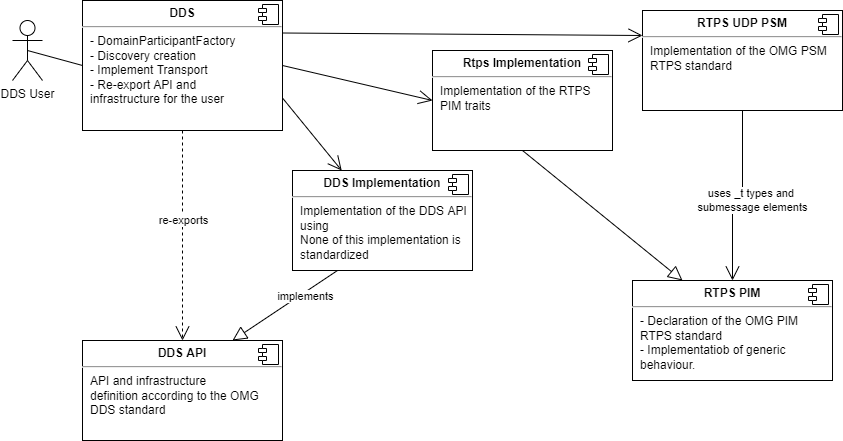
This is component_architecture.drawio.png from s2e-systems/dust-dds, a draw.io export, as it was before one commit. Source tidied: cells renumbered, new cells last; positions are measured from the earlier drawing's top-left corner, leaving out a move shared by most shapes.
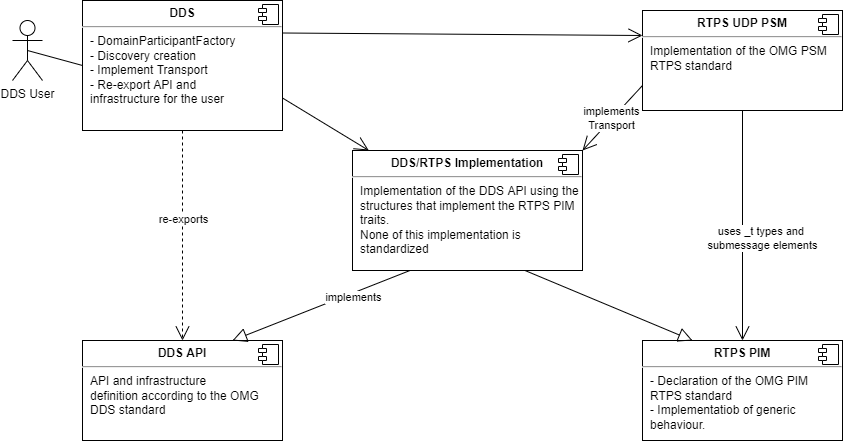
The same diagram one commit later.

What changed in the source:
```diff
@@ -28,7 +28,7 @@
     <mxCell id="9" style="rounded=0;jettySize=auto;html=1;endArrow=open;endFill=0;endSize=12;exitX=1;exitY=0.75;exitDx=0;exitDy=0;" parent="1" edge="1" source="11" target="21">
       <mxGeometry relative="1" as="geometry" />
     </mxCell>
-    <mxCell id="10" style="edgeStyle=none;rounded=0;jettySize=auto;html=1;exitX=1;exitY=0.5;exitDx=0;exitDy=0;entryX=0;entryY=0.5;entryDx=0;entryDy=0;endArrow=open;endFill=0;endSize=12;" parent="1" edge="1" source="11" target="23">
+    <mxCell id="10" value="implements&lt;br&gt;Transport" style="edgeStyle=none;rounded=0;jettySize=auto;html=1;exitX=0;exitY=0.75;exitDx=0;exitDy=0;entryX=1;entryY=0;entryDx=0;entryDy=0;endArrow=open;endFill=0;endSize=12;" parent="1" edge="1" source="14" target="21">
       <mxGeometry relative="1" as="geometry" />
     </mxCell>
     <mxCell id="11" value="&lt;p style=&quot;margin: 0px ; margin-top: 6px ; text-align: center&quot;&gt;&lt;b&gt;DDS&lt;/b&gt;&lt;/p&gt;&lt;hr&gt;&lt;p style=&quot;margin: 0px ; margin-left: 8px&quot;&gt;- DomainParticipantFactory&amp;nbsp;&lt;/p&gt;&lt;p style=&quot;margin: 0px ; margin-left: 8px&quot;&gt;- Discovery creation&lt;/p&gt;&lt;p style=&quot;margin: 0px ; margin-left: 8px&quot;&gt;&lt;span&gt;- Implement Transport&lt;/span&gt;&lt;/p&gt;&lt;p style=&quot;margin: 0px ; margin-left: 8px&quot;&gt;&lt;span&gt;- Re-export API and infrastructure&amp;nbsp;&lt;/span&gt;&lt;span&gt;for the user&lt;/span&gt;&lt;/p&gt;" style="align=left;overflow=fill;html=1;fillColor=none;whiteSpace=wrap;" parent="1" vertex="1">
@@ -51,7 +51,7 @@
       </mxGeometry>
     </mxCell>
     <mxCell id="16" value="&lt;p style=&quot;margin: 0px ; margin-top: 6px ; text-align: center&quot;&gt;&lt;b&gt;RTPS PIM&lt;/b&gt;&lt;/p&gt;&lt;hr&gt;&lt;p style=&quot;margin: 0px ; margin-left: 8px&quot;&gt;- Declaration of the OMG&amp;nbsp;&lt;span&gt;PIM RTPS standard&lt;/span&gt;&lt;/p&gt;&lt;p style=&quot;margin: 0px ; margin-left: 8px&quot;&gt;&lt;span&gt;- Implementatiob of generic behaviour.&lt;/span&gt;&lt;/p&gt;" style="align=left;overflow=fill;html=1;fillColor=none;whiteSpace=wrap;" parent="1" vertex="1">
-      <mxGeometry x="620" y="280" width="200" height="100" as="geometry" />
+      <mxGeometry x="630" y="340" width="200" height="100" as="geometry" />
     </mxCell>
     <mxCell id="17" style="shape=component;jettyWidth=8;jettyHeight=4;fillColor=none;" parent="16" vertex="1">
       <mxGeometry x="1" width="20" height="20" relative="1" as="geometry">
@@ -64,24 +64,16 @@
     <mxCell id="19" value="implements" style="edgeLabel;html=1;align=center;verticalAlign=middle;" parent="18" vertex="1">
       <mxGeometry x="-0.34" y="3" relative="1" as="geometry" />
     </mxCell>
-    <mxCell id="20" style="edgeStyle=none;rounded=0;jettySize=auto;html=1;exitX=0.5;exitY=1;exitDx=0;exitDy=0;entryX=0.25;entryY=0;entryDx=0;entryDy=0;endArrow=block;endFill=0;endSize=12;" parent="1" edge="1" source="23" target="16">
+    <mxCell id="20" style="edgeStyle=none;rounded=0;jettySize=auto;html=1;exitX=0.75;exitY=1;exitDx=0;exitDy=0;entryX=0.25;entryY=0;entryDx=0;entryDy=0;endArrow=block;endFill=0;endSize=12;" parent="1" edge="1" source="21" target="16">
       <mxGeometry relative="1" as="geometry" />
     </mxCell>
-    <mxCell id="21" value="&lt;p style=&quot;margin: 0px ; margin-top: 6px ; text-align: center&quot;&gt;&lt;b&gt;DDS Implementation&lt;/b&gt;&lt;/p&gt;&lt;hr&gt;&lt;p style=&quot;margin: 0px ; margin-left: 8px&quot;&gt;Implementation of the DDS API using&amp;nbsp; &amp;nbsp;&lt;/p&gt;&lt;p style=&quot;margin: 0px ; margin-left: 8px&quot;&gt;&lt;span&gt;None of this implementation is standardized&lt;/span&gt;&lt;/p&gt;" style="align=left;overflow=fill;html=1;fillColor=none;whiteSpace=wrap;" parent="1" vertex="1">
-      <mxGeometry x="280" y="170" width="180" height="100" as="geometry" />
+    <mxCell id="21" value="&lt;p style=&quot;margin: 0px ; margin-top: 6px ; text-align: center&quot;&gt;&lt;b&gt;DDS/RTPS Implementation&lt;/b&gt;&lt;/p&gt;&lt;hr&gt;&lt;p style=&quot;margin: 0px ; margin-left: 8px&quot;&gt;Implementation of the DDS API using the structures that implement the RTPS PIM traits.&amp;nbsp; &amp;nbsp;&lt;/p&gt;&lt;p style=&quot;margin: 0px ; margin-left: 8px&quot;&gt;&lt;span&gt;None of this implementation is standardized&lt;/span&gt;&lt;/p&gt;" style="align=left;overflow=fill;html=1;fillColor=none;whiteSpace=wrap;" parent="1" vertex="1">
+      <mxGeometry x="340" y="150" width="230" height="120" as="geometry" />
     </mxCell>
     <mxCell id="22" style="shape=component;jettyWidth=8;jettyHeight=4;fillColor=none;" parent="21" vertex="1">
       <mxGeometry x="1" width="20" height="20" relative="1" as="geometry">
         <mxPoint x="-24" y="4" as="offset" />
       </mxGeometry>
     </mxCell>
-    <mxCell id="23" value="&lt;p style=&quot;margin: 0px ; margin-top: 6px ; text-align: center&quot;&gt;&lt;b&gt;Rtps Implementation&lt;/b&gt;&lt;/p&gt;&lt;hr&gt;&lt;p style=&quot;margin: 0px ; margin-left: 8px&quot;&gt;Implementation of the RTPS PIM traits&lt;/p&gt;" style="align=left;overflow=fill;html=1;fillColor=none;whiteSpace=wrap;" parent="1" vertex="1">
-      <mxGeometry x="420" y="50" width="180" height="100" as="geometry" />
-    </mxCell>
-    <mxCell id="24" style="shape=component;jettyWidth=8;jettyHeight=4;fillColor=none;" parent="23" vertex="1">
-      <mxGeometry x="1" width="20" height="20" relative="1" as="geometry">
-        <mxPoint x="-24" y="4" as="offset" />
-      </mxGeometry>
-    </mxCell>
   </root>
 </mxGraphModel>
```
